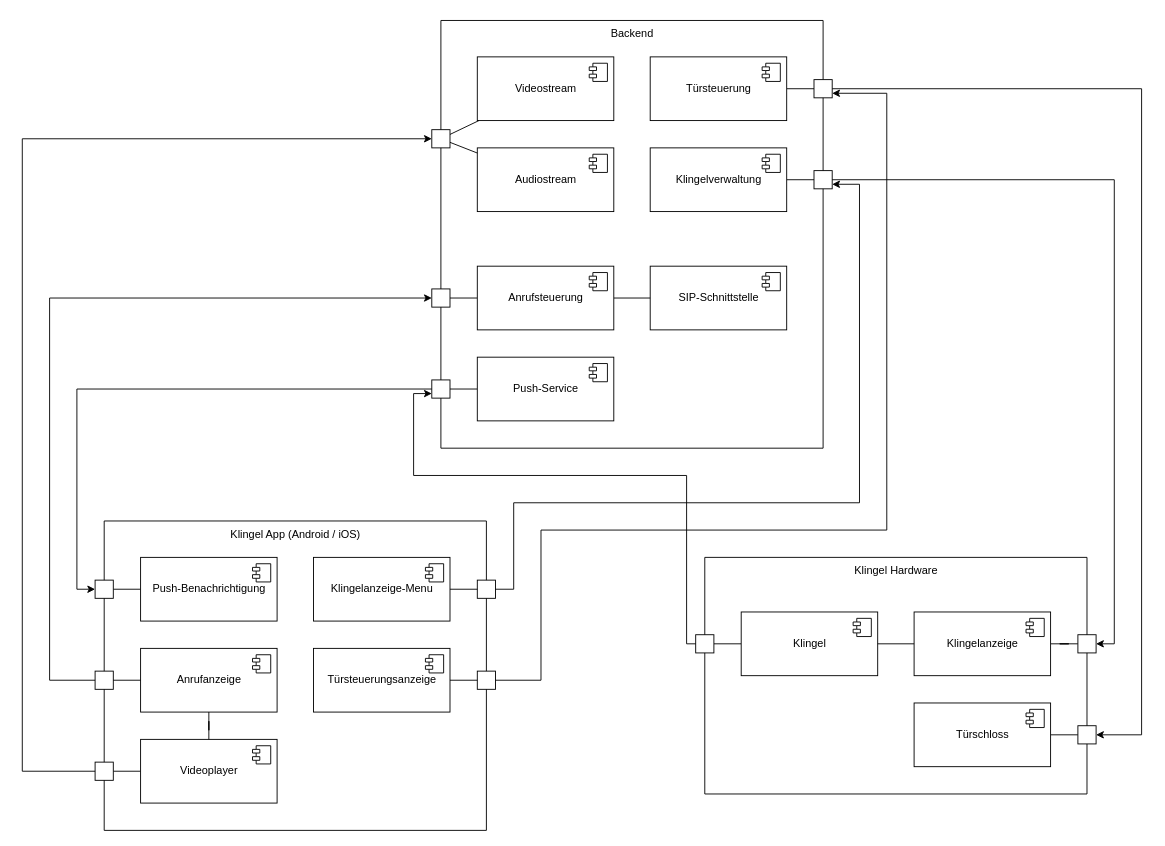
Before: Semesterprojekt/assets/diagrams/Komponentendiagramm.drawio in WHS-SWT-P35-WiSe22-23/praktikum, a draw.io diagram. Source tidied: cells renumbered, new cells numbered last; positions are measured from the earlier drawing's top-left corner, leaving out a move shared by most shapes. Both pictures are drawn from the tidied source at 91%, with x=0, y=0 at pixel (22, 20).
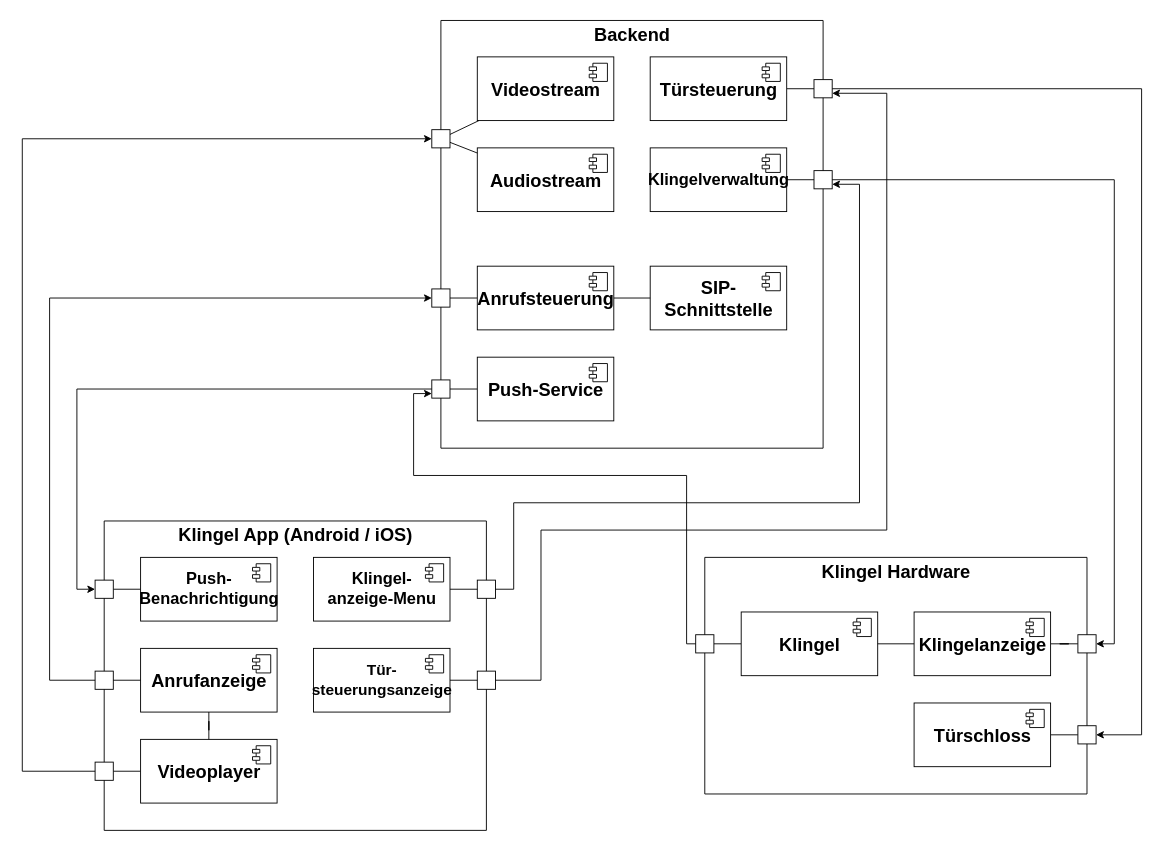
After the change.

The change refers to these unchanged cells:
```xml
<mxCell id="2" style="swimlane;startSize=0;rounded=0;shadow=0;glass=0;sketch=0;gradientColor=none;" parent="1" vertex="1">
  <mxGeometry x="460" width="420" height="470" as="geometry" />
</mxCell>
<mxCell id="30" style="swimlane;startSize=0;rounded=0;shadow=0;glass=0;sketch=0;gradientColor=none;" parent="1" vertex="1">
  <mxGeometry x="750" y="590" width="420" height="260" as="geometry" />
</mxCell>
<mxCell id="45" style="swimlane;startSize=0;rounded=0;shadow=0;glass=0;sketch=0;gradientColor=none;" parent="1" vertex="1">
  <mxGeometry x="90" y="550" width="420" height="340" as="geometry" />
</mxCell>
```

Change to the diagram source:
```diff
@@
-    <mxCell id="4" value="Push-Service" style="html=1;rounded=0;labelBackgroundColor=none;" parent="2" vertex="1">
+    <mxCell id="4" value="Push-Service" style="html=1;rounded=0;labelBackgroundColor=none;fontStyle=1;fontSize=20;" parent="2" vertex="1">
       <mxGeometry x="40" y="370" width="150" height="70" as="geometry" />
     </mxCell>
@@
-    <mxCell id="7" value="Klingelverwaltung" style="html=1;rounded=0;labelBackgroundColor=none;" parent="2" vertex="1">
+    <mxCell id="7" value="Klingelverwaltung" style="html=1;rounded=0;labelBackgroundColor=none;fontStyle=1;fontSize=18;" parent="2" vertex="1">
       <mxGeometry x="230" y="140" width="150" height="70" as="geometry" />
     </mxCell>
@@
-    <mxCell id="10" value="Türsteuerung" style="html=1;rounded=0;labelBackgroundColor=none;" parent="2" vertex="1">
+    <mxCell id="10" value="&lt;font style=&quot;font-size: 20px;&quot;&gt;&lt;b&gt;Türsteuerung&lt;/b&gt;&lt;/font&gt;" style="html=1;rounded=0;labelBackgroundColor=none;" parent="2" vertex="1">
       <mxGeometry x="230" y="40" width="150" height="70" as="geometry" />
     </mxCell>
@@
-    <mxCell id="12" value="SIP-Schnittstelle" style="html=1;rounded=0;labelBackgroundColor=none;" parent="2" vertex="1">
+    <mxCell id="12" value="SIP-&lt;br&gt;Schnittstelle" style="html=1;rounded=0;labelBackgroundColor=none;fontStyle=1;fontSize=20;" parent="2" vertex="1">
       <mxGeometry x="230" y="270" width="150" height="70" as="geometry" />
     </mxCell>
@@
-    <mxCell id="14" value="Videostream" style="html=1;rounded=0;labelBackgroundColor=none;" parent="2" vertex="1">
+    <mxCell id="14" value="&lt;b&gt;&lt;font style=&quot;font-size: 20px;&quot;&gt;Videostream&lt;/font&gt;&lt;/b&gt;" style="html=1;rounded=0;labelBackgroundColor=none;" parent="2" vertex="1">
       <mxGeometry x="40" y="40" width="150" height="70" as="geometry" />
     </mxCell>
@@
-    <mxCell id="18" value="Anrufsteuerung" style="html=1;rounded=0;labelBackgroundColor=none;" parent="2" vertex="1">
+    <mxCell id="18" value="Anrufsteuerung" style="html=1;rounded=0;labelBackgroundColor=none;fontStyle=1;fontSize=20;" parent="2" vertex="1">
       <mxGeometry x="40" y="270" width="150" height="70" as="geometry" />
     </mxCell>
@@
-    <mxCell id="20" value="Audiostream" style="html=1;rounded=0;labelBackgroundColor=none;" parent="2" vertex="1">
+    <mxCell id="20" value="Audiostream" style="html=1;rounded=0;labelBackgroundColor=none;fontStyle=1;fontSize=20;" parent="2" vertex="1">
       <mxGeometry x="40" y="140" width="150" height="70" as="geometry" />
     </mxCell>
@@
-    <mxCell id="22" value="Backend" style="text;html=1;align=center;verticalAlign=middle;strokeColor=none;fillColor=none;" parent="2" vertex="1">
-      <mxGeometry x="175" width="70" height="30" as="geometry" />
+    <mxCell id="22" value="&lt;font style=&quot;font-size: 20px;&quot;&gt;&lt;b&gt;Backend&lt;/b&gt;&lt;/font&gt;" style="text;html=1;align=center;verticalAlign=middle;strokeColor=none;fillColor=none;" parent="2" vertex="1">
+      <mxGeometry x="155" y="-5" width="110" height="40" as="geometry" />
     </mxCell>
@@
-    <mxCell id="31" value="Klingel Hardware" style="text;html=1;align=center;verticalAlign=middle;strokeColor=none;fillColor=none;" parent="30" vertex="1">
-      <mxGeometry x="155" width="110" height="30" as="geometry" />
+    <mxCell id="31" value="Klingel Hardware" style="text;html=1;align=center;verticalAlign=middle;strokeColor=none;fillColor=none;fontSize=20;fontStyle=1;" parent="30" vertex="1">
+      <mxGeometry x="115" y="-5" width="190" height="40" as="geometry" />
     </mxCell>
@@
-    <mxCell id="33" value="Klingelanzeige" style="html=1;rounded=0;labelBackgroundColor=none;" parent="30" vertex="1">
+    <mxCell id="33" value="Klingelanzeige" style="html=1;rounded=0;labelBackgroundColor=none;fontStyle=1;fontSize=20;" parent="30" vertex="1">
       <mxGeometry x="230" y="60" width="150" height="70" as="geometry" />
     </mxCell>
@@
-    <mxCell id="36" value="Klingel" style="html=1;rounded=0;labelBackgroundColor=none;" parent="30" vertex="1">
+    <mxCell id="36" value="Klingel" style="html=1;rounded=0;labelBackgroundColor=none;fontStyle=1;fontSize=20;" parent="30" vertex="1">
       <mxGeometry x="40" y="60" width="150" height="70" as="geometry" />
     </mxCell>
@@
-    <mxCell id="40" value="Türschloss" style="html=1;rounded=0;shadow=0;glass=0;sketch=0;gradientColor=none;" parent="30" vertex="1">
+    <mxCell id="40" value="Türschloss" style="html=1;rounded=0;shadow=0;glass=0;sketch=0;gradientColor=none;fontStyle=1;fontSize=20;" parent="30" vertex="1">
       <mxGeometry x="230" y="160" width="150" height="70" as="geometry" />
     </mxCell>
@@
-    <mxCell id="46" value="Klingel App (Android / iOS)" style="text;html=1;align=center;verticalAlign=middle;strokeColor=none;fillColor=none;" parent="45" vertex="1">
-      <mxGeometry x="125" width="170" height="30" as="geometry" />
+    <mxCell id="46" value="Klingel App (Android / iOS)" style="text;html=1;align=center;verticalAlign=middle;strokeColor=none;fillColor=none;fontSize=20;fontStyle=1;" parent="45" vertex="1">
+      <mxGeometry x="70" y="-5" width="280" height="40" as="geometry" />
     </mxCell>
-    <mxCell id="47" value="Anrufanzeige" style="html=1;rounded=0;labelBackgroundColor=none;" parent="45" vertex="1">
+    <mxCell id="47" value="Anrufanzeige" style="html=1;rounded=0;labelBackgroundColor=none;fontStyle=1;fontSize=20;" parent="45" vertex="1">
       <mxGeometry x="40" y="140" width="150" height="70" as="geometry" />
     </mxCell>
@@
-    <mxCell id="50" value="Videoplayer" style="html=1;rounded=0;labelBackgroundColor=none;" parent="45" vertex="1">
+    <mxCell id="50" value="Videoplayer" style="html=1;rounded=0;labelBackgroundColor=none;fontStyle=1;fontSize=20;" parent="45" vertex="1">
       <mxGeometry x="40" y="240" width="150" height="70" as="geometry" />
     </mxCell>
@@
-    <mxCell id="53" value="Klingelanzeige-Menu" style="html=1;rounded=0;labelBackgroundColor=none;" parent="45" vertex="1">
+    <mxCell id="53" value="Klingel-&lt;br&gt;anzeige-Menu" style="html=1;rounded=0;labelBackgroundColor=none;fontStyle=1;fontSize=18;" parent="45" vertex="1">
       <mxGeometry x="230" y="40" width="150" height="70" as="geometry" />
     </mxCell>
@@
-    <mxCell id="56" value="Push-Benachrichtigung" style="html=1;rounded=0;labelBackgroundColor=none;" parent="45" vertex="1">
+    <mxCell id="56" value="Push-&lt;br style=&quot;font-size: 18px;&quot;&gt;Benachrichtigung" style="html=1;rounded=0;labelBackgroundColor=none;fontStyle=1;fontSize=18;" parent="45" vertex="1">
       <mxGeometry x="40" y="40" width="150" height="70" as="geometry" />
     </mxCell>
@@
-    <mxCell id="59" value="Türsteuerungsanzeige" style="html=1;rounded=0;shadow=0;glass=0;sketch=0;gradientColor=none;" parent="45" vertex="1">
+    <mxCell id="59" value="&lt;font style=&quot;font-size: 17px;&quot;&gt;Tür-&lt;br&gt;steuerungsanzeige&lt;/font&gt;" style="html=1;rounded=0;shadow=0;glass=0;sketch=0;gradientColor=none;fontStyle=1;fontSize=18;" parent="45" vertex="1">
       <mxGeometry x="230" y="140" width="150" height="70" as="geometry" />
     </mxCell>
```
